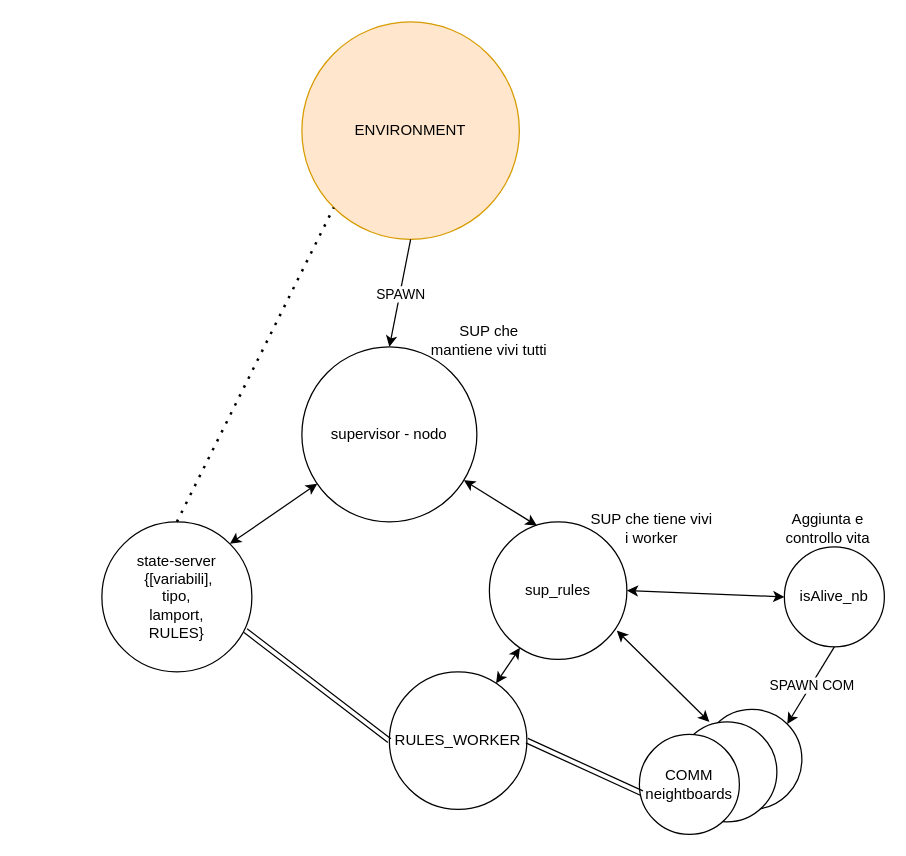
Above: draws/draw_nodeworker.drawio in DiegoBorsoi/ProgettoSistemiDistribuiti (draw.io), before the change. Source tidied: cells renumbered, new cells numbered last; positions are measured from the earlier drawing's top-left corner, leaving out a move shared by most shapes. Both pictures are drawn from the tidied source at 125%, with x=0, y=0 at pixel (101, 21).
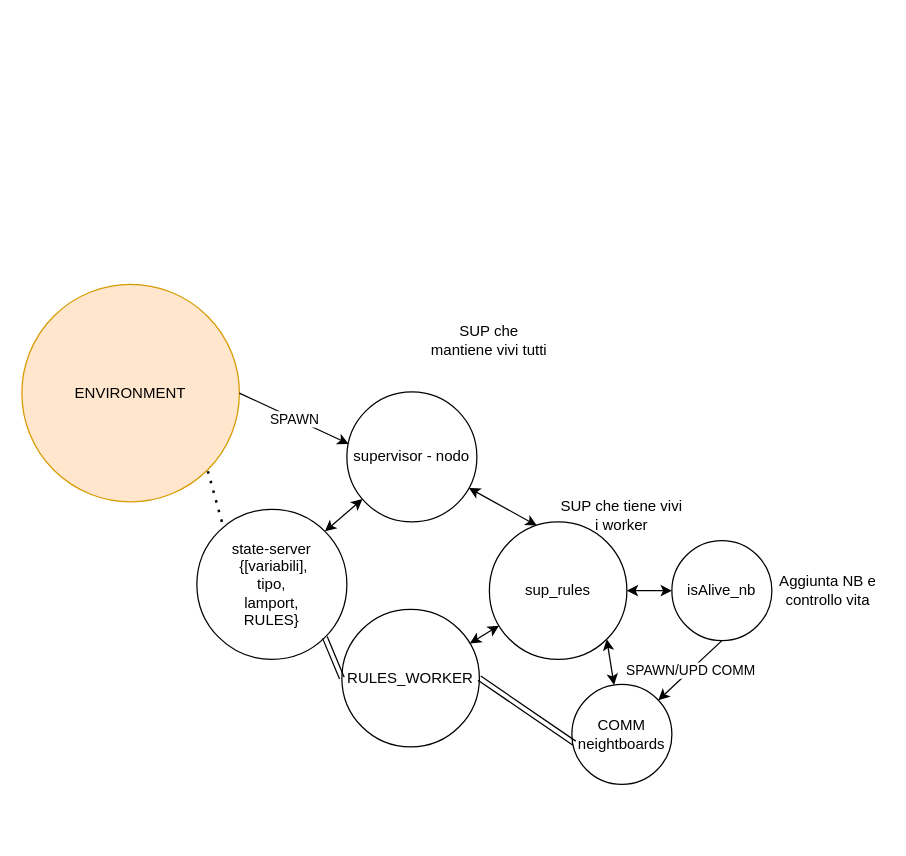
The same diagram, later.

Unchanged cells that the change refers to:
```xml
<mxCell id="6" value="sup_rules" style="ellipse;whiteSpace=wrap;html=1;" parent="1" vertex="1">
  <mxGeometry x="310" y="400" width="110" height="110" as="geometry" />
</mxCell>
```

Diff of the diagram source:
```diff
@@
-    <mxCell id="2" style="ellipse;whiteSpace=wrap;html=1;" parent="1" vertex="1">
-      <mxGeometry x="480" y="550" width="80" height="80" as="geometry" />
-    </mxCell>
     <mxCell id="3" value="supervisor - nodo" style="ellipse;whiteSpace=wrap;html=1;" parent="1" vertex="1">
-      <mxGeometry x="160" y="260" width="140" height="140" as="geometry" />
+      <mxGeometry x="196" y="296" width="104" height="104" as="geometry" />
     </mxCell>
     <mxCell id="4" value="state-server&lt;br&gt;&amp;nbsp;{[variabili], &lt;br&gt;tipo,&lt;br&gt;lamport,&lt;br&gt;RULES}" style="ellipse;whiteSpace=wrap;html=1;" parent="1" vertex="1">
-      <mxGeometry y="400" width="120" height="120" as="geometry" />
+      <mxGeometry x="76" y="390" width="120" height="120" as="geometry" />
     </mxCell>
@@
-    <mxCell id="8" style="ellipse;whiteSpace=wrap;html=1;" parent="1" vertex="1">
-      <mxGeometry x="460" y="560" width="80" height="80" as="geometry" />
-    </mxCell>
     <mxCell id="9" value="COMM&lt;br&gt;neightboards" style="ellipse;whiteSpace=wrap;html=1;" parent="1" vertex="1">
-      <mxGeometry x="430" y="570" width="80" height="80" as="geometry" />
+      <mxGeometry x="376" y="530" width="80" height="80" as="geometry" />
     </mxCell>
     <mxCell id="10" value="RULES_WORKER" style="ellipse;whiteSpace=wrap;html=1;" parent="1" vertex="1">
-      <mxGeometry x="230" y="520" width="110" height="110" as="geometry" />
+      <mxGeometry x="192" y="470" width="110" height="110" as="geometry" />
     </mxCell>
@@
     <mxCell id="13" value="SUP che tiene vivi i worker" style="text;html=1;strokeColor=none;fillColor=none;align=center;verticalAlign=middle;whiteSpace=wrap;rounded=0;" parent="1" vertex="1">
-      <mxGeometry x="390" y="390" width="100" height="30" as="geometry" />
+      <mxGeometry x="366" y="380" width="100" height="30" as="geometry" />
     </mxCell>
     <mxCell id="14" value="ENVIRONMENT" style="ellipse;whiteSpace=wrap;html=1;fillColor=#ffe6cc;strokeColor=#d79b00;" parent="1" vertex="1">
-      <mxGeometry x="160" width="174" height="174" as="geometry" />
+      <mxGeometry x="-64" y="210" width="174" height="174" as="geometry" />
     </mxCell>
-    <mxCell id="15" style="shape=link;html=1;exitX=0.958;exitY=0.725;exitDx=0;exitDy=0;exitPerimeter=0;entryX=0;entryY=0.5;entryDx=0;entryDy=0;" parent="1" edge="1" source="4" target="10">
+    <mxCell id="15" style="shape=link;html=1;exitX=1;exitY=1;exitDx=0;exitDy=0;entryX=0;entryY=0.5;entryDx=0;entryDy=0;" parent="1" edge="1" source="4" target="10">
       <mxGeometry relative="1" as="geometry" />
     </mxCell>
@@
-    <mxCell id="17" style="endArrow=none;dashed=1;html=1;dashPattern=1 3;strokeWidth=2;entryX=0;entryY=1;entryDx=0;entryDy=0;exitX=0.5;exitY=0;exitDx=0;exitDy=0;" parent="1" edge="1" source="4" target="14">
+    <mxCell id="17" style="endArrow=none;dashed=1;html=1;dashPattern=1 3;strokeWidth=2;entryX=1;entryY=1;entryDx=0;entryDy=0;exitX=0.167;exitY=0.083;exitDx=0;exitDy=0;exitPerimeter=0;" parent="1" edge="1" source="4" target="14">
       <mxGeometry relative="1" as="geometry" />
     </mxCell>
-    <mxCell id="18" style="endArrow=classic;html=1;entryX=0.5;entryY=0;entryDx=0;entryDy=0;exitX=0.5;exitY=1;exitDx=0;exitDy=0;" parent="1" edge="1" source="14" target="3">
+    <mxCell id="18" style="endArrow=classic;html=1;entryX=0.014;entryY=0.4;entryDx=0;entryDy=0;exitX=1;exitY=0.5;exitDx=0;exitDy=0;entryPerimeter=0;" parent="1" edge="1" source="14" target="3">
       <mxGeometry relative="1" as="geometry" />
     </mxCell>
@@
     <mxCell id="20" value="isAlive_nb" style="ellipse;whiteSpace=wrap;html=1;" parent="1" vertex="1">
-      <mxGeometry x="546" y="420" width="80" height="80" as="geometry" />
+      <mxGeometry x="456" y="415" width="80" height="80" as="geometry" />
     </mxCell>
@@
-    <mxCell id="22" style="endArrow=classic;startArrow=classic;html=1;entryX=0.325;entryY=0;entryDx=0;entryDy=0;entryPerimeter=0;exitX=0.927;exitY=0.791;exitDx=0;exitDy=0;exitPerimeter=0;" parent="1" edge="1" source="6" target="8">
+    <mxCell id="22" style="endArrow=classic;startArrow=classic;html=1;exitX=1;exitY=1;exitDx=0;exitDy=0;" parent="1" edge="1" source="6" target="9">
       <mxGeometry relative="1" as="geometry" />
     </mxCell>
-    <mxCell id="23" value="Aggiunta e controllo vita" style="text;html=1;strokeColor=none;fillColor=none;align=center;verticalAlign=middle;whiteSpace=wrap;rounded=0;" parent="1" vertex="1">
-      <mxGeometry x="536" y="395" width="90" height="20" as="geometry" />
+    <mxCell id="23" value="Aggiunta NB e controllo vita" style="text;html=1;strokeColor=none;fillColor=none;align=center;verticalAlign=middle;whiteSpace=wrap;rounded=0;" parent="1" vertex="1">
+      <mxGeometry x="536" y="445" width="90" height="20" as="geometry" />
     </mxCell>
-    <mxCell id="24" style="endArrow=classic;html=1;entryX=1;entryY=0;entryDx=0;entryDy=0;exitX=0.5;exitY=1;exitDx=0;exitDy=0;" parent="1" edge="1" source="20" target="2">
+    <mxCell id="24" style="endArrow=classic;html=1;exitX=0.5;exitY=1;exitDx=0;exitDy=0;" parent="1" edge="1" source="20" target="9">
       <mxGeometry relative="1" as="geometry" />
     </mxCell>
-    <mxCell id="25" value="SPAWN COM" style="edgeLabel;html=1;align=center;verticalAlign=middle;" parent="24" vertex="1">
+    <mxCell id="25" value="SPAWN/UPD COMM" style="edgeLabel;html=1;align=center;verticalAlign=middle;" parent="24" vertex="1">
       <mxGeometry relative="1" as="geometry" />
     </mxCell>
```
